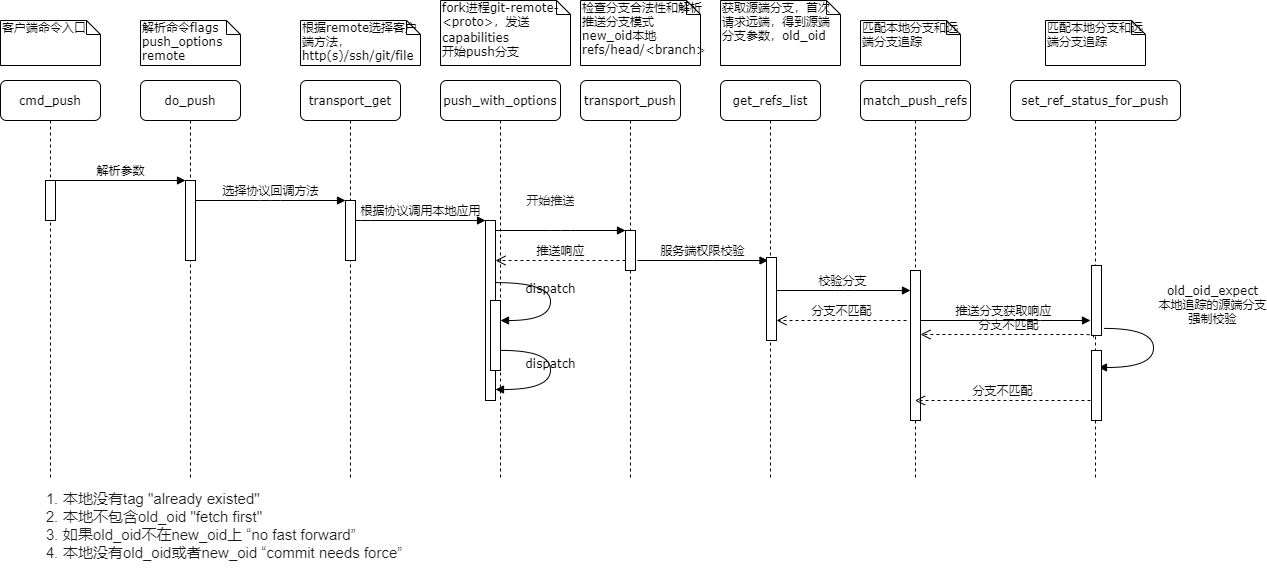
Before: Untitled Diagram.png, a diagram exported from draw.io (tongtongtongtong/test). Source tidied: cells renumbered, new cells last; positions are measured from the earlier drawing's top-left corner, leaving out a move shared by most shapes.
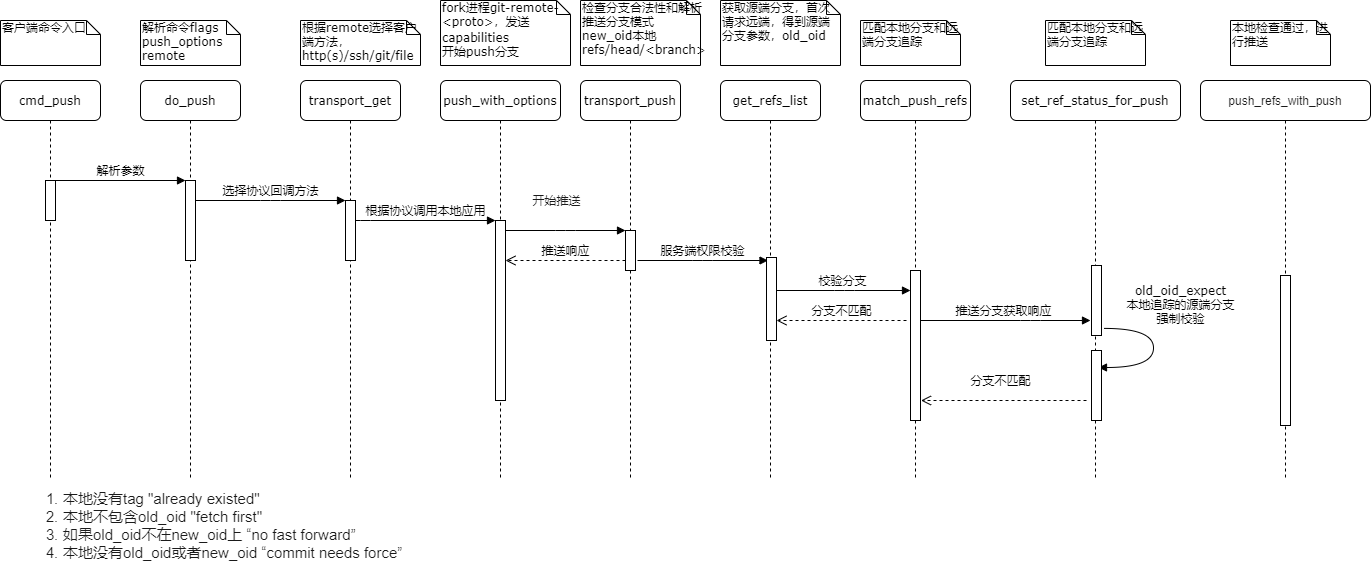
Above is the later version.

The edit, as a diff of the source:
```diff
@@ -33,7 +33,7 @@
       <mxGeometry x="45" y="100" width="10" height="40" as="geometry" />
     </mxCell>
     <mxCell id="12" style="html=1;points=[];perimeter=orthogonalPerimeter;rounded=0;shadow=0;comic=0;labelBackgroundColor=none;strokeWidth=1;fontFamily=Verdana;fontSize=12;align=center;" parent="1" vertex="1">
-      <mxGeometry x="485" y="220" width="10" height="180" as="geometry" />
+      <mxGeometry x="495" y="220" width="10" height="180" as="geometry" />
     </mxCell>
     <mxCell id="13" value="根据协议调用本地应用" style="html=1;verticalAlign=bottom;endArrow=block;labelBackgroundColor=none;fontFamily=Verdana;fontSize=12;edgeStyle=elbowEdgeStyle;elbow=vertical;" parent="1" edge="1" source="5" target="12">
       <mxGeometry relative="1" as="geometry">
@@ -62,26 +62,6 @@
     <mxCell id="18" value="选择协议回调方法" style="html=1;verticalAlign=bottom;endArrow=block;entryX=0;entryY=0;labelBackgroundColor=none;fontFamily=Verdana;fontSize=12;edgeStyle=elbowEdgeStyle;elbow=vertical;" parent="1" edge="1" source="3" target="5">
       <mxGeometry relative="1" as="geometry" />
     </mxCell>
-    <mxCell id="19" style="html=1;points=[];perimeter=orthogonalPerimeter;rounded=0;shadow=0;comic=0;labelBackgroundColor=none;strokeWidth=1;fontFamily=Verdana;fontSize=12;align=center;" parent="1" vertex="1">
-      <mxGeometry x="490" y="300" width="10" height="70" as="geometry" />
-    </mxCell>
-    <mxCell id="20" value="dispatch" style="html=1;verticalAlign=bottom;endArrow=block;labelBackgroundColor=none;fontFamily=Verdana;fontSize=12;elbow=vertical;edgeStyle=orthogonalEdgeStyle;curved=1;entryX=1;entryY=0.286;entryPerimeter=0;exitX=1.038;exitY=0.345;exitPerimeter=0;" parent="1" edge="1" source="12" target="19">
-      <mxGeometry relative="1" as="geometry">
-        <Array as="points">
-          <mxPoint x="550" y="282" />
-          <mxPoint x="550" y="320" />
-        </Array>
-      </mxGeometry>
-    </mxCell>
-    <mxCell id="21" value="dispatch" style="html=1;verticalAlign=bottom;endArrow=block;labelBackgroundColor=none;fontFamily=Verdana;fontSize=12;elbow=vertical;edgeStyle=orthogonalEdgeStyle;curved=1;exitX=1.066;exitY=0.713;exitPerimeter=0;" parent="1" edge="1" source="19">
-      <mxGeometry relative="1" as="geometry">
-        <mxPoint x="495" y="389" as="targetPoint" />
-        <Array as="points">
-          <mxPoint x="550" y="350" />
-          <mxPoint x="550" y="389" />
-        </Array>
-      </mxGeometry>
-    </mxCell>
     <mxCell id="22" value="客户端命令入口" style="shape=note;whiteSpace=wrap;html=1;size=14;verticalAlign=top;align=left;spacingTop=-6;rounded=0;shadow=0;comic=0;labelBackgroundColor=none;strokeWidth=1;fontFamily=Verdana;fontSize=12;" parent="1" vertex="1">
       <mxGeometry y="20" width="100" height="45" as="geometry" />
     </mxCell>
@@ -150,7 +130,7 @@
       <mxGeometry x="1091" y="265" width="10" height="70" as="geometry" />
     </mxCell>
     <mxCell id="38" value="old_oid_expect&lt;br&gt;本地追踪的源端分支&lt;br&gt;强制校验" style="html=1;verticalAlign=bottom;endArrow=block;labelBackgroundColor=none;fontFamily=Verdana;fontSize=12;elbow=vertical;edgeStyle=orthogonalEdgeStyle;curved=1;exitX=1.066;exitY=0.713;exitPerimeter=0;" parent="1" edge="1">
-      <mxGeometry x="-0.31" y="59" relative="1" as="geometry">
+      <mxGeometry x="-0.31" y="27" relative="1" as="geometry">
         <mxPoint x="1103.7" y="327.9" as="sourcePoint" />
         <mxPoint x="1098" y="367" as="targetPoint" />
         <Array as="points">
@@ -165,23 +145,24 @@
     <mxCell id="40" value="&lt;ol style=&quot;font-size: 15px&quot;&gt;&lt;li&gt;本地没有tag &quot;already existed&quot;&lt;/li&gt;&lt;li&gt;本地不包含old_oid &quot;fetch first&quot;&lt;/li&gt;&lt;li&gt;如果old_oid不在new_oid上 “no fast forward”&lt;/li&gt;&lt;li&gt;本地没有old_oid或者new_oid “commit needs force”&lt;/li&gt;&lt;/ol&gt;" style="text;html=1;align=left;verticalAlign=middle;fillColor=none;strokeColor=none;rounded=0;fontColor=#1A1A1A;" parent="1" vertex="1">
       <mxGeometry x="21" y="480" width="390" height="90" as="geometry" />
     </mxCell>
-    <mxCell id="41" value="分支不匹配" style="html=1;verticalAlign=bottom;endArrow=open;dashed=1;endSize=8;labelBackgroundColor=none;fontFamily=Verdana;fontSize=12;edgeStyle=elbowEdgeStyle;elbow=vertical;" parent="1" edge="1" target="9">
-      <mxGeometry relative="1" as="geometry">
-        <mxPoint x="1090" y="400" as="sourcePoint" />
+    <mxCell id="41" value="分支不匹配" style="html=1;verticalAlign=bottom;endArrow=open;dashed=1;endSize=8;labelBackgroundColor=none;fontFamily=Helvetica;fontSize=12;edgeStyle=elbowEdgeStyle;elbow=vertical;" parent="1" edge="1">
+      <mxGeometry x="0.04" y="-10" relative="1" as="geometry">
+        <mxPoint x="1086" y="400" as="sourcePoint" />
+        <mxPoint x="920.5" y="400" as="targetPoint" />
         <Array as="points">
-          <mxPoint x="1035" y="400" />
-          <mxPoint x="1065" y="400" />
+          <mxPoint x="1041" y="400" />
+          <mxPoint x="1071" y="400" />
         </Array>
       </mxGeometry>
     </mxCell>
-    <mxCell id="42" value="分支不匹配" style="html=1;verticalAlign=bottom;endArrow=open;dashed=1;endSize=8;labelBackgroundColor=none;fontFamily=Verdana;fontSize=12;edgeStyle=elbowEdgeStyle;elbow=vertical;exitX=0.2;exitY=1.029;exitDx=0;exitDy=0;exitPerimeter=0;" parent="1" edge="1" source="37">
-      <mxGeometry relative="1" as="geometry">
-        <mxPoint x="920" y="334" as="targetPoint" />
-        <Array as="points">
-          <mxPoint x="995" y="334" />
-          <mxPoint x="1025" y="334" />
-        </Array>
-      </mxGeometry>
-    </mxCell>
+    <mxCell id="43" value="&lt;span style=&quot;color: rgb(26 , 26 , 26) ; font-family: &amp;#34;helvetica&amp;#34; ; text-align: left&quot;&gt;push_refs_with_push&lt;/span&gt;" style="shape=umlLifeline;perimeter=lifelinePerimeter;whiteSpace=wrap;html=1;rounded=1;shadow=0;comic=0;labelBackgroundColor=none;strokeWidth=1;fontFamily=Verdana;fontSize=12;align=center;" parent="1" vertex="1">
+      <mxGeometry x="1200" y="80" width="170" height="400" as="geometry" />
+    </mxCell>
+    <mxCell id="44" value="本地检查通过，进行推送" style="shape=note;whiteSpace=wrap;html=1;size=14;verticalAlign=top;align=left;spacingTop=-6;rounded=0;shadow=0;comic=0;labelBackgroundColor=none;strokeWidth=1;fontFamily=Verdana;fontSize=12;" parent="1" vertex="1">
+      <mxGeometry x="1230" y="20" width="100" height="45" as="geometry" />
+    </mxCell>
+    <mxCell id="45" style="html=1;perimeter=orthogonalPerimeter;rounded=0;shadow=0;comic=0;labelBackgroundColor=none;strokeWidth=1;fontFamily=Verdana;fontSize=12;align=center;" parent="1" vertex="1">
+      <mxGeometry x="1280" y="275" width="10" height="150" as="geometry" />
+    </mxCell>
   </root>
 </mxGraphModel>
```
